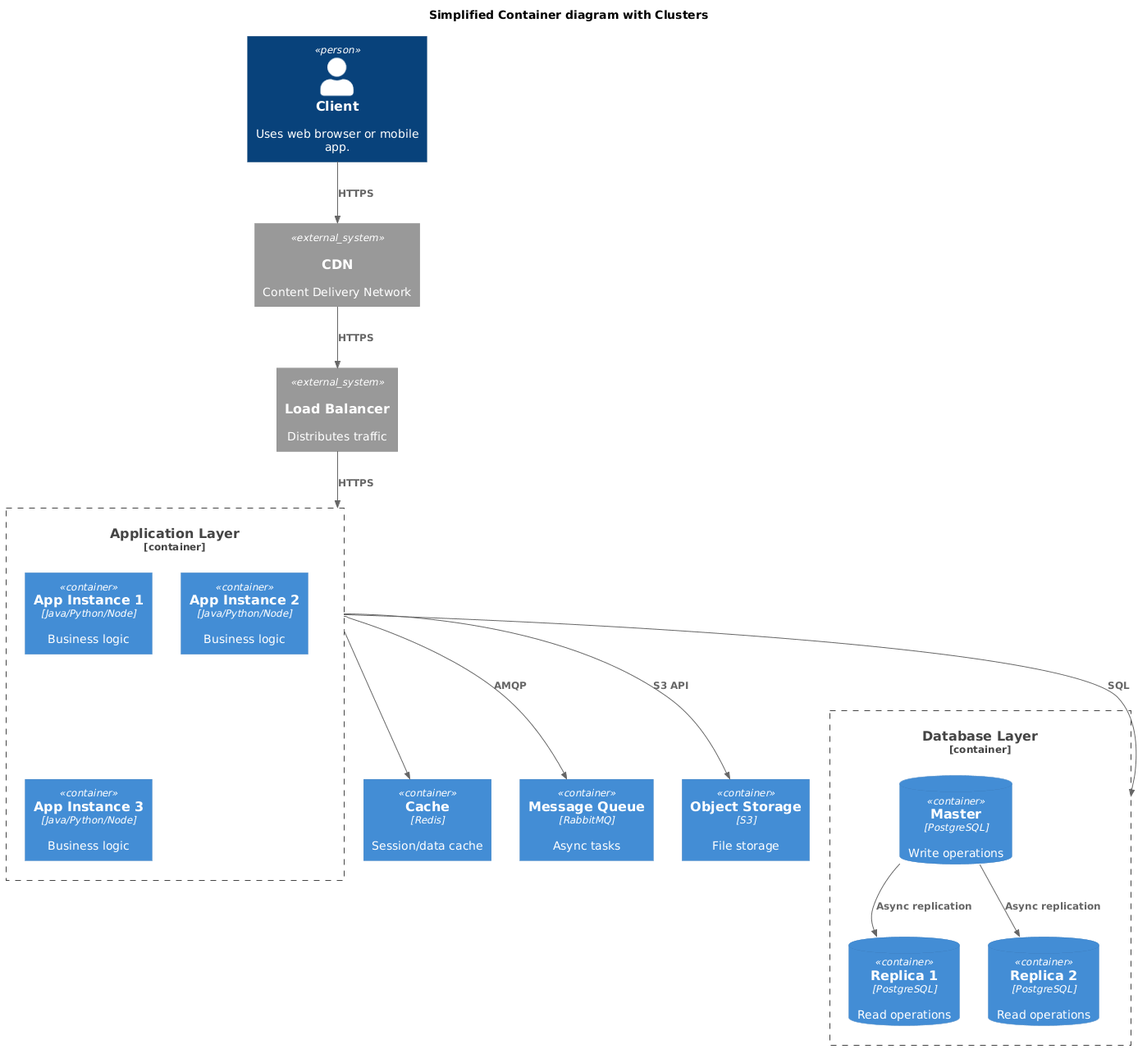
Earlier version of the PlantUML export 1 week/c4_simple_system.png (JuliaBars/system_design). The source it was exported from:
```plantuml
@startuml
!include https://raw.githubusercontent.com/plantuml-stdlib/C4-PlantUML/master/C4_Container.puml

title Simplified Container diagram with Clusters

Person(customer, "Client", "Uses web browser or mobile app.")

System_Ext(cdn, "CDN", "Content Delivery Network", $sprite="internet")
System_Ext(lb, "Load Balancer", "Distributes traffic", $sprite="elasticsearch")

Container_Boundary(apps, "Application Layer") {
    Container(app1, "App Instance 1", "Java/Python/Node", "Business logic")
    Container(app2, "App Instance 2", "Java/Python/Node", "Business logic")
    Container(app3, "App Instance 3", "Java/Python/Node", "Business logic")
}

Container_Boundary(dbs, "Database Layer") {
    ContainerDb(db_master, "Master", "PostgreSQL", "Write operations")
    ContainerDb(db_replica1, "Replica 1", "PostgreSQL", "Read operations")
    ContainerDb(db_replica2, "Replica 2", "PostgreSQL", "Read operations")
}

Container(cache, "Cache", "Redis", "Session/data cache")
Container(queue, "Message Queue", "RabbitMQ", "Async tasks")
Container(storage, "Object Storage", "S3", "File storage")

Rel(customer, cdn, "HTTPS")
Rel(cdn, lb, "HTTPS")
Rel(lb, apps, "HTTPS")
Rel(apps, dbs, "SQL")
Rel(apps, cache, "")
Rel(apps, queue, "AMQP")
Rel(apps, storage, "S3 API")

Rel(db_master, db_replica1, "Async replication")
Rel(db_master, db_replica2, "Async replication")
@enduml
```
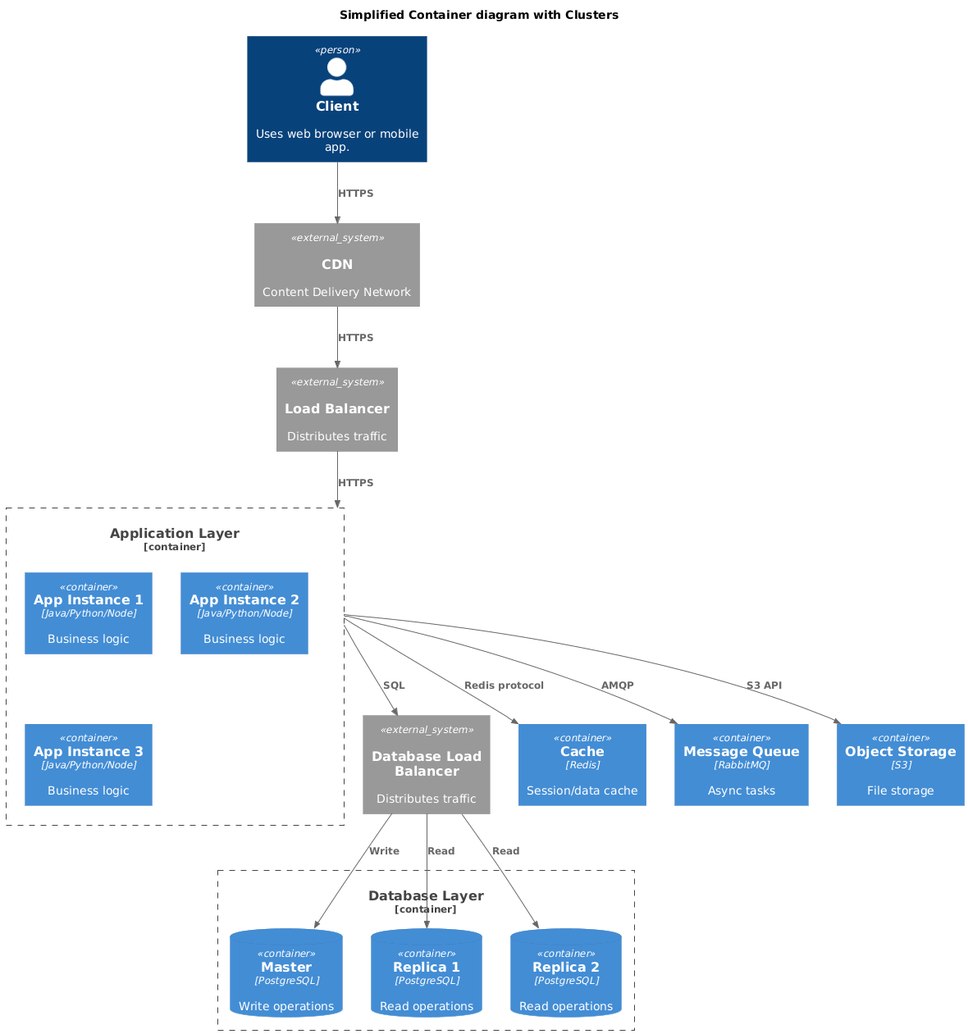
Later version of the same file.

The edit, as a diff of the source:
```diff
@@ -6,7 +6,8 @@
 Person(customer, "Client", "Uses web browser or mobile app.")
 
 System_Ext(cdn, "CDN", "Content Delivery Network", $sprite="internet")
-System_Ext(lb, "Load Balancer", "Distributes traffic", $sprite="elasticsearch")
+System_Ext(lb, "Load Balancer", "Distributes traffic", $sprite="internet")
+System_Ext(lb_2, "Database Load Balancer", "Distributes traffic", $sprite="elasticsearch")
 
 Container_Boundary(apps, "Application Layer") {
     Container(app1, "App Instance 1", "Java/Python/Node", "Business logic")
@@ -20,6 +21,7 @@
     ContainerDb(db_replica2, "Replica 2", "PostgreSQL", "Read operations")
 }
 
+
 Container(cache, "Cache", "Redis", "Session/data cache")
 Container(queue, "Message Queue", "RabbitMQ", "Async tasks")
 Container(storage, "Object Storage", "S3", "File storage")
@@ -27,11 +29,11 @@
 Rel(customer, cdn, "HTTPS")
 Rel(cdn, lb, "HTTPS")
 Rel(lb, apps, "HTTPS")
-Rel(apps, dbs, "SQL")
-Rel(apps, cache, "")
+Rel(apps, lb_2, "SQL")
+Rel(lb_2, db_master, "Write")
+Rel(lb_2, db_replica1, "Read")
+Rel(lb_2, db_replica2, "Read")
+Rel(apps, cache, "Redis protocol")
 Rel(apps, queue, "AMQP")
 Rel(apps, storage, "S3 API")
-
-Rel(db_master, db_replica1, "Async replication")
-Rel(db_master, db_replica2, "Async replication")
 @enduml
```
